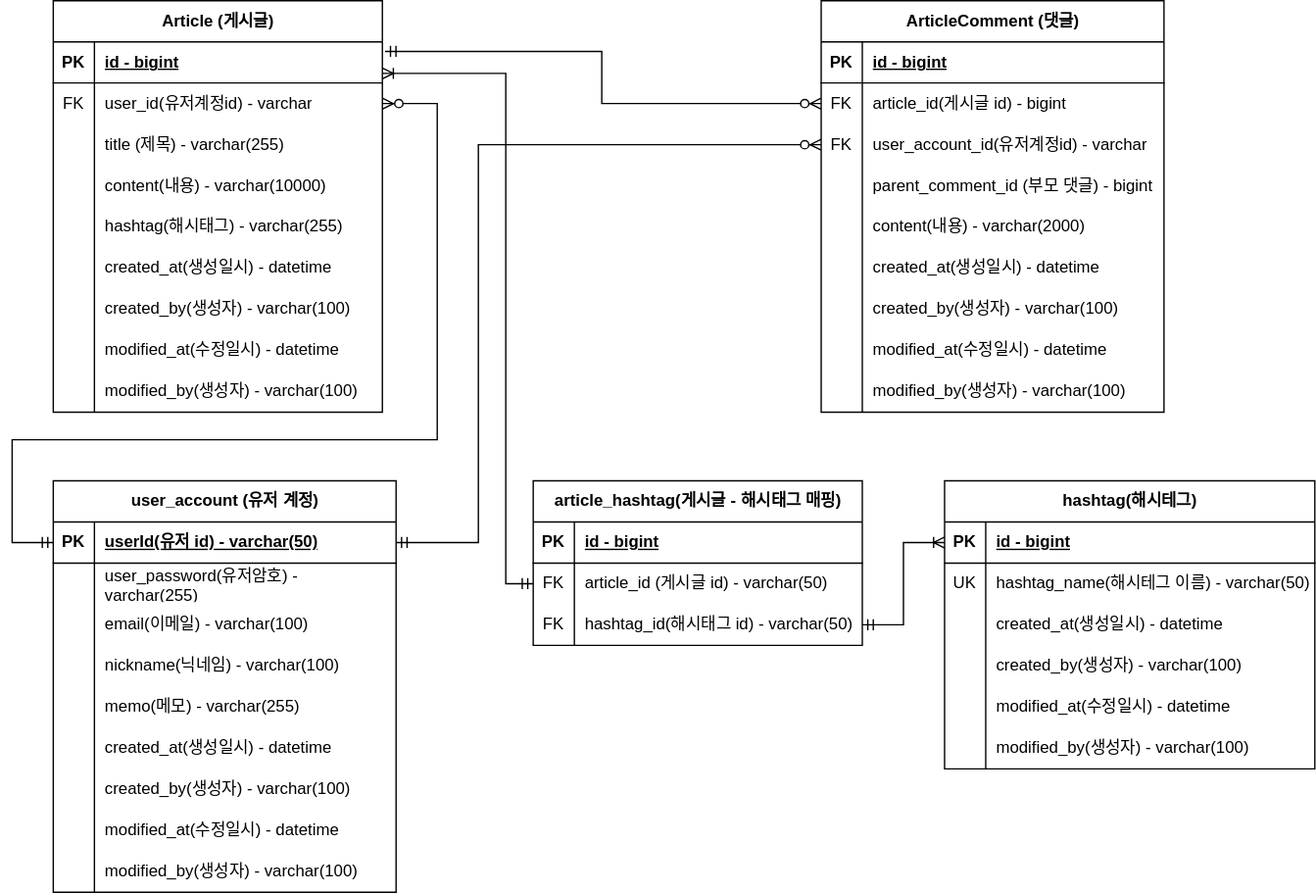
The draw.io diagram document/erd.svg in hingjae/board-project, before a commit. Source tidied: cells renumbered, new cells last; positions are measured from the earlier drawing's top-left corner, leaving out a move shared by most shapes.
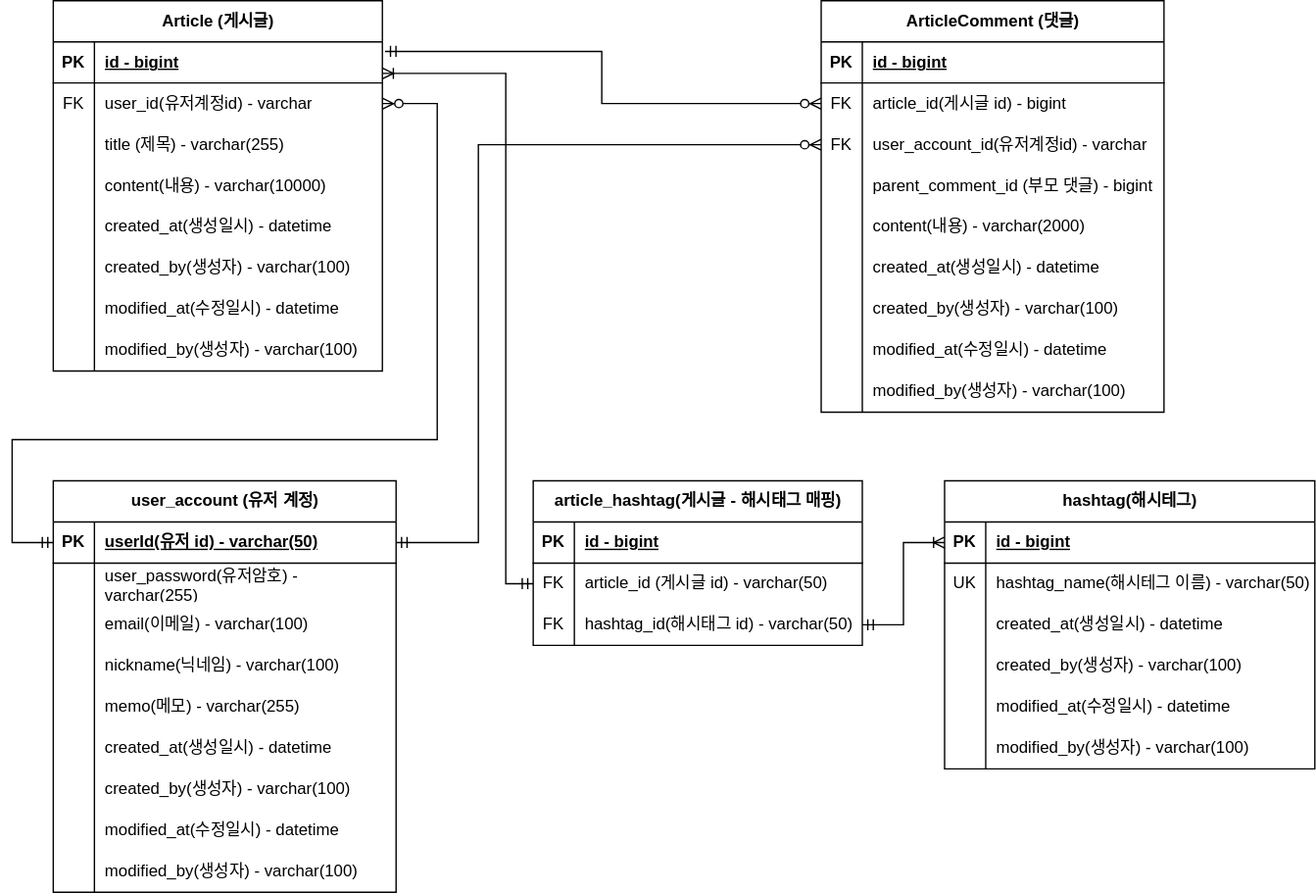
The same diagram one commit later.

Commit message:
#42 - erd.svg 업데이트 article테이블에서 hashtag 컬럼삭제

Diff of the diagram source:
```diff
@@ -3,7 +3,7 @@
     <mxCell id="0" />
     <mxCell id="1" parent="0" />
     <mxCell id="2" value="Article (게시글)" style="shape=table;startSize=30;rowLines=0;fontStyle=1;align=center;html=1;" parent="1" vertex="1">
-      <mxGeometry x="30" width="240" height="300" as="geometry" />
+      <mxGeometry x="30" width="240" height="270" as="geometry" />
     </mxCell>
     <mxCell id="3" style="shape=tableRow;horizontal=0;startSize=0;swimlaneHead=0;swimlaneBody=0;fillColor=none;points=[[0,0.5],[1,0.5]];portConstraint=eastwest;top=0;left=0;right=0;bottom=1;" parent="2" vertex="1">
       <mxGeometry y="30" width="240" height="30" as="geometry" />
@@ -41,17 +41,8 @@
     <mxCell id="14" value="content(내용) - varchar(10000)" style="shape=partialRectangle;fillColor=none;top=0;left=0;bottom=0;right=0;align=left;spacingLeft=6;overflow=hidden;whiteSpace=wrap;html=1;" parent="12" vertex="1">
       <mxGeometry x="30" width="210" height="30" as="geometry" />
     </mxCell>
-    <mxCell id="15" style="shape=tableRow;horizontal=0;startSize=0;swimlaneHead=0;swimlaneBody=0;fillColor=none;top=0;left=0;right=0;bottom=0;" parent="2" vertex="1">
-      <mxGeometry y="150" width="240" height="30" as="geometry" />
-    </mxCell>
-    <mxCell id="16" style="shape=partialRectangle;fillColor=none;top=0;left=0;bottom=0;right=0;overflow=hidden;whiteSpace=wrap;html=1;" parent="15" vertex="1">
-      <mxGeometry width="30" height="30" as="geometry" />
-    </mxCell>
-    <mxCell id="17" value="hashtag(해시태그) - varchar(255)" style="shape=partialRectangle;fillColor=none;top=0;left=0;bottom=0;right=0;align=left;spacingLeft=6;overflow=hidden;whiteSpace=wrap;html=1;" parent="15" vertex="1">
-      <mxGeometry x="30" width="210" height="30" as="geometry" />
-    </mxCell>
     <mxCell id="18" style="shape=tableRow;horizontal=0;startSize=0;swimlaneHead=0;swimlaneBody=0;fillColor=none;top=0;left=0;right=0;bottom=0;" parent="2" vertex="1">
-      <mxGeometry y="180" width="240" height="30" as="geometry" />
+      <mxGeometry y="150" width="240" height="30" as="geometry" />
     </mxCell>
     <mxCell id="19" style="shape=partialRectangle;fillColor=none;top=0;left=0;bottom=0;right=0;overflow=hidden;whiteSpace=wrap;html=1;" parent="18" vertex="1">
       <mxGeometry width="30" height="30" as="geometry" />
@@ -60,7 +51,7 @@
       <mxGeometry x="30" width="210" height="30" as="geometry" />
     </mxCell>
     <mxCell id="21" style="shape=tableRow;horizontal=0;startSize=0;swimlaneHead=0;swimlaneBody=0;fillColor=none;top=0;left=0;right=0;bottom=0;" parent="2" vertex="1">
-      <mxGeometry y="210" width="240" height="30" as="geometry" />
+      <mxGeometry y="180" width="240" height="30" as="geometry" />
     </mxCell>
     <mxCell id="22" style="shape=partialRectangle;fillColor=none;top=0;left=0;bottom=0;right=0;overflow=hidden;whiteSpace=wrap;html=1;" parent="21" vertex="1">
       <mxGeometry width="30" height="30" as="geometry" />
@@ -69,7 +60,7 @@
       <mxGeometry x="30" width="210" height="30" as="geometry" />
     </mxCell>
     <mxCell id="24" style="shape=tableRow;horizontal=0;startSize=0;swimlaneHead=0;swimlaneBody=0;fillColor=none;top=0;left=0;right=0;bottom=0;" parent="2" vertex="1">
-      <mxGeometry y="240" width="240" height="30" as="geometry" />
+      <mxGeometry y="210" width="240" height="30" as="geometry" />
     </mxCell>
     <mxCell id="25" style="shape=partialRectangle;fillColor=none;top=0;left=0;bottom=0;right=0;overflow=hidden;whiteSpace=wrap;html=1;" parent="24" vertex="1">
       <mxGeometry width="30" height="30" as="geometry" />
@@ -78,7 +69,7 @@
       <mxGeometry x="30" width="210" height="30" as="geometry" />
     </mxCell>
     <mxCell id="27" style="shape=tableRow;horizontal=0;startSize=0;swimlaneHead=0;swimlaneBody=0;fillColor=none;top=0;left=0;right=0;bottom=0;" parent="2" vertex="1">
-      <mxGeometry y="270" width="240" height="30" as="geometry" />
+      <mxGeometry y="240" width="240" height="30" as="geometry" />
     </mxCell>
     <mxCell id="28" style="shape=partialRectangle;fillColor=none;top=0;left=0;bottom=0;right=0;overflow=hidden;whiteSpace=wrap;html=1;" parent="27" vertex="1">
       <mxGeometry width="30" height="30" as="geometry" />
```
